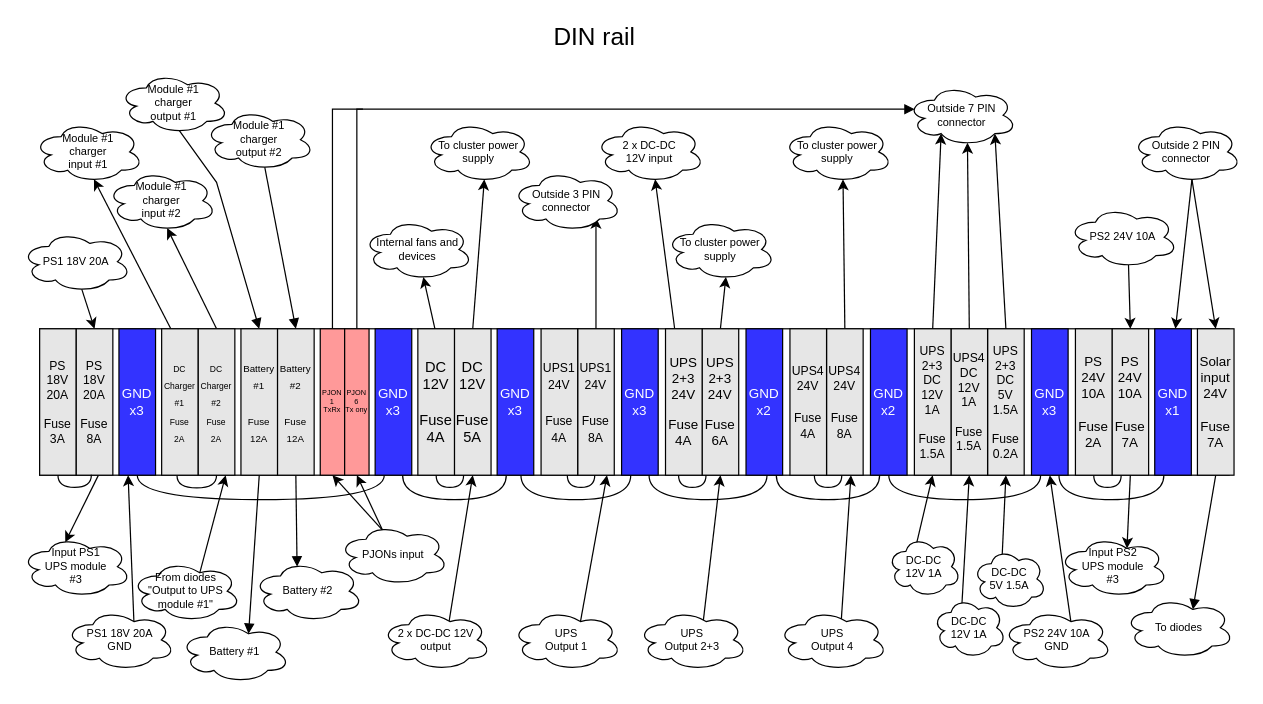
Halytskyi/SmartThings keeps this draw.io diagram as page "DIN Rail (v2)" (2 of 8) of home-cluster/draw.io/Cluster_Rack.drawio.xml. Above is the earlier version. Source tidied: cells renumbered, new cells numbered last; positions are measured from the earlier drawing's top-left corner, leaving out a move shared by most shapes. Both pictures are drawn from the tidied source at 122%, with x=0, y=0 at pixel (21, 23).
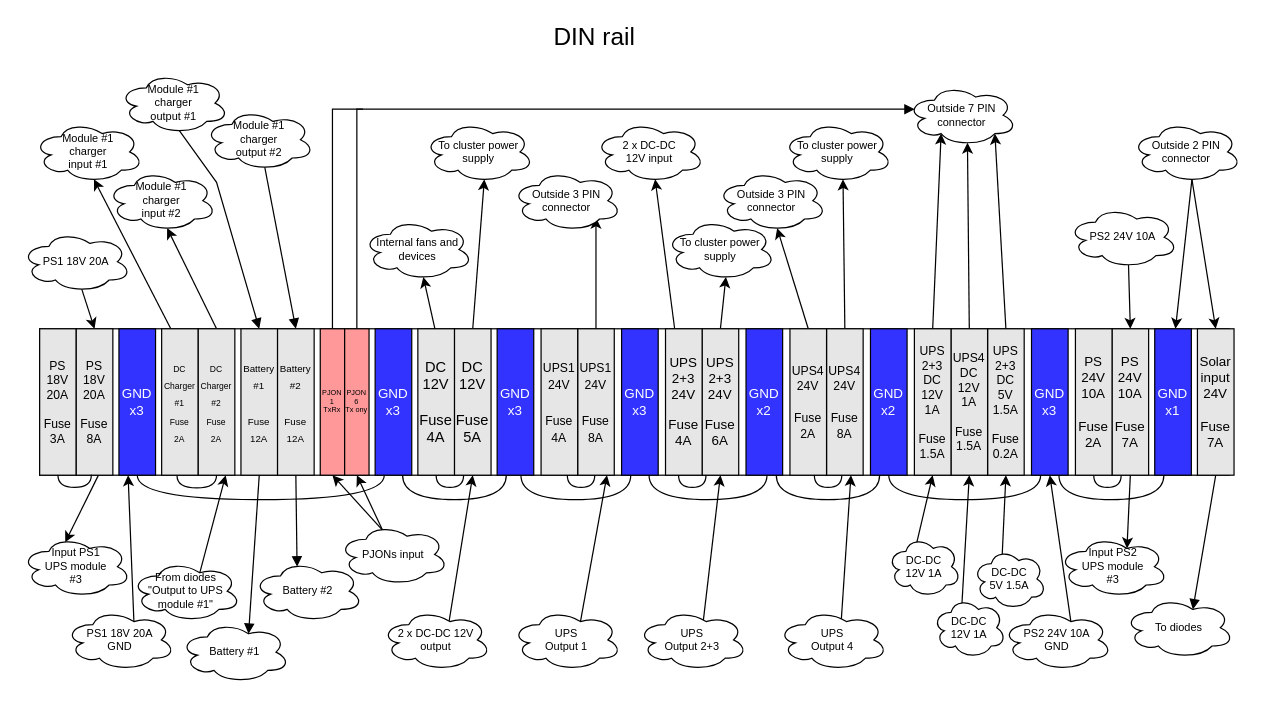
The same page after the edit.

Change to the diagram source:
```diff
@@
-    <mxCell id="21" value="&lt;span style=&quot;font-size: 10px&quot;&gt;UPS4&lt;/span&gt;&lt;br style=&quot;font-size: 10px&quot;&gt;&lt;span style=&quot;font-size: 10px&quot;&gt;24V&lt;/span&gt;&lt;br style=&quot;font-size: 10px&quot;&gt;&lt;br style=&quot;font-size: 10px&quot;&gt;&lt;span style=&quot;font-size: 10px&quot;&gt;Fuse&lt;/span&gt;&lt;br style=&quot;font-size: 10px&quot;&gt;&lt;span style=&quot;font-size: 10px&quot;&gt;4A&lt;/span&gt;" style="rounded=0;whiteSpace=wrap;html=1;fontSize=11;fillColor=#E6E6E6;" parent="1" vertex="1">
+    <mxCell id="21" value="&lt;span style=&quot;font-size: 10px&quot;&gt;UPS4&lt;/span&gt;&lt;br style=&quot;font-size: 10px&quot;&gt;&lt;span style=&quot;font-size: 10px&quot;&gt;24V&lt;/span&gt;&lt;br style=&quot;font-size: 10px&quot;&gt;&lt;br style=&quot;font-size: 10px&quot;&gt;&lt;span style=&quot;font-size: 10px&quot;&gt;Fuse&lt;/span&gt;&lt;br style=&quot;font-size: 10px&quot;&gt;&lt;span style=&quot;font-size: 10px&quot;&gt;2A&lt;/span&gt;" style="rounded=0;whiteSpace=wrap;html=1;fontSize=11;fillColor=#E6E6E6;" parent="1" vertex="1">
       <mxGeometry x="630" y="250" width="30" height="120" as="geometry" />
     </mxCell>
@@
+    <mxCell id="115" style="edgeStyle=none;rounded=0;jettySize=auto;html=1;exitX=0.5;exitY=0;exitDx=0;exitDy=0;entryX=0.55;entryY=0.95;entryDx=0;entryDy=0;entryPerimeter=0;" parent="1" edge="1" target="116">
+      <mxGeometry relative="1" as="geometry">
+        <mxPoint x="645" y="250" as="sourcePoint" />
+      </mxGeometry>
+    </mxCell>
+    <mxCell id="116" value="Outside 3 PIN connector" style="ellipse;shape=cloud;whiteSpace=wrap;html=1;labelBackgroundColor=none;fontSize=9;fillColor=#FFFFFF;" parent="1" vertex="1">
+      <mxGeometry x="570" y="120" width="90" height="50" as="geometry" />
+    </mxCell>
```
